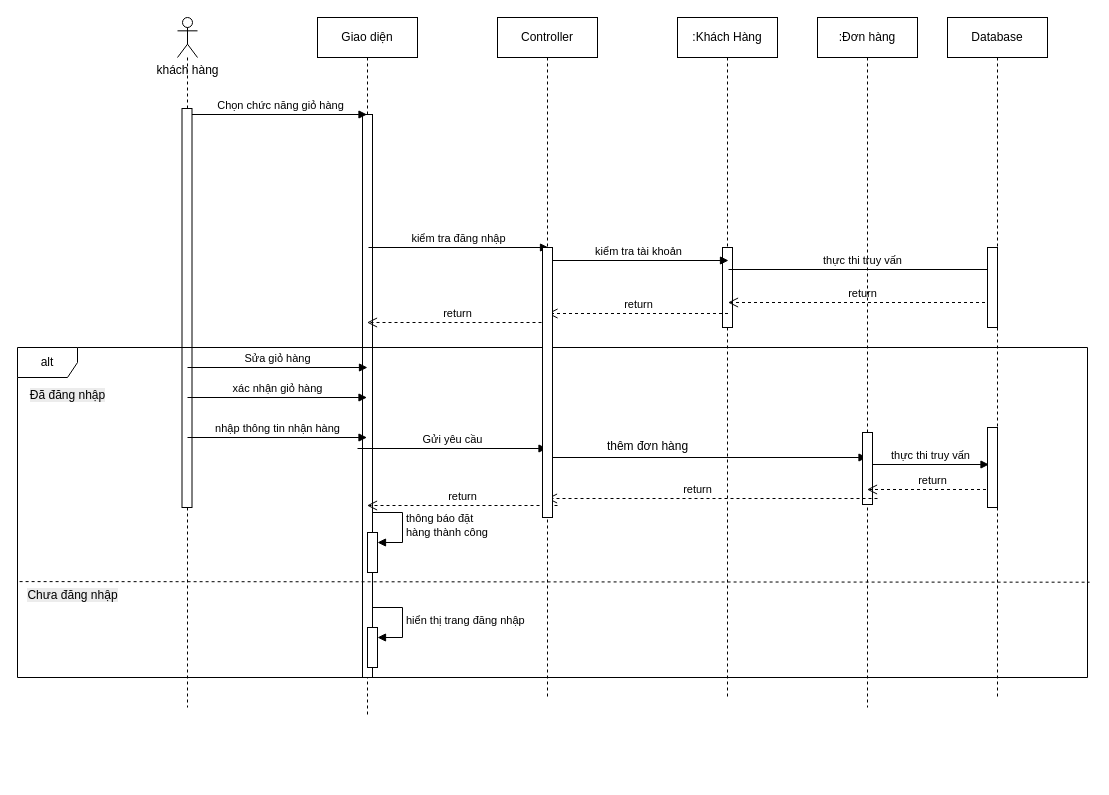
The draw.io diagram User/Sequence/dathang.drawio in dmn-05/PTTK-HTTT, before the edit. Source tidied: cells renumbered, new cells numbered last; positions are measured from the earlier drawing's top-left corner, leaving out a move shared by most shapes. Both pictures are drawn from the tidied source at 100%, with x=0, y=0 at pixel (17, 17).
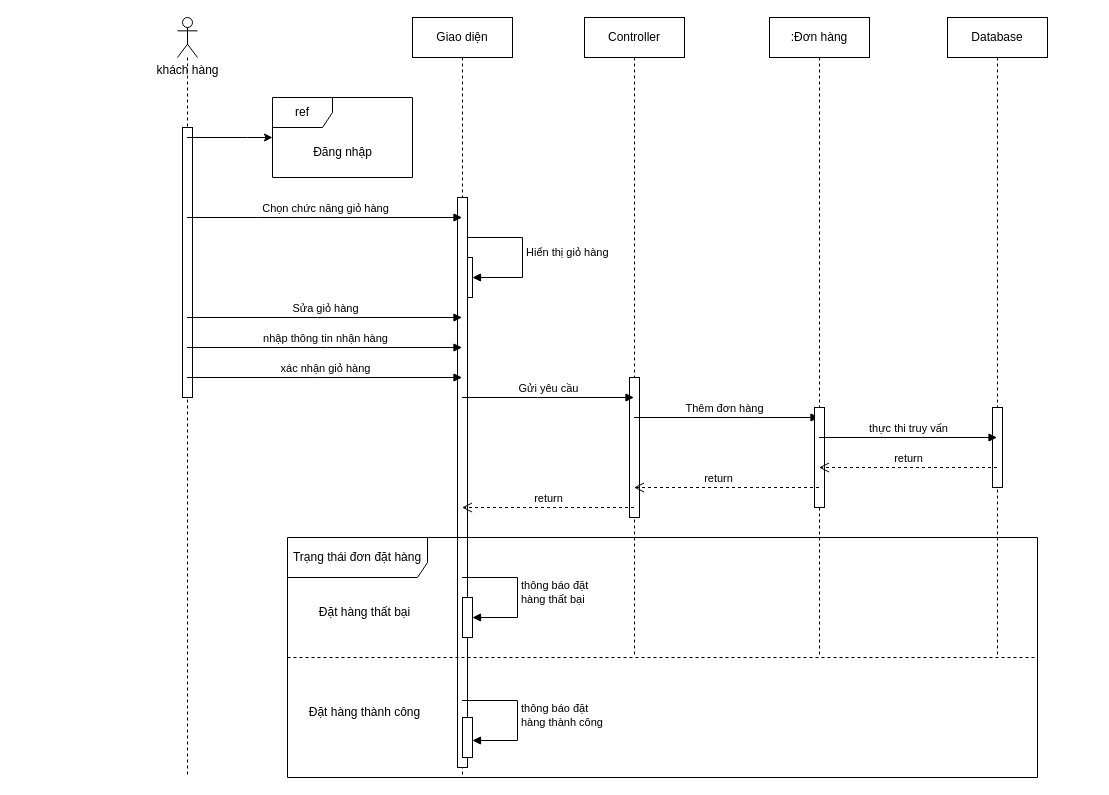
The same diagram, later.

What changed in the source:
```diff
@@
     <mxCell id="2" style="shape=umlLifeline;perimeter=lifelinePerimeter;whiteSpace=wrap;html=1;outlineConnect=0;portConstraint=eastwest;newEdgeStyle={&quot;curved&quot;:0,&quot;rounded&quot;:0};participant=umlActor;" parent="1" vertex="1">
-      <mxGeometry x="160" width="20" height="690" as="geometry" />
+      <mxGeometry x="160" width="20" height="760" as="geometry" />
     </mxCell>
-    <mxCell id="3" style="html=1;points=[[0,0,0,0,5],[0,1,0,0,-5],[1,0,0,0,5],[1,1,0,0,-5]];perimeter=orthogonalPerimeter;outlineConnect=0;targetShapes=umlLifeline;portConstraint=eastwest;newEdgeStyle={&quot;curved&quot;:0,&quot;rounded&quot;:0};" parent="2" vertex="1">
-      <mxGeometry x="4.5" y="91" width="10" height="399" as="geometry" />
-    </mxCell>
+    <mxCell id="42" style="html=1;perimeter=orthogonalPerimeter;targetShapes=umlLifeline;newEdgeStyle={&quot;curved&quot;:0,&quot;rounded&quot;:0};" parent="2" vertex="1">
+      <mxGeometry x="5" y="110" width="10" height="270" as="geometry" />
+    </mxCell>
     <mxCell id="4" value="Giao diện" style="shape=umlLifeline;perimeter=lifelinePerimeter;whiteSpace=wrap;html=1;outlineConnect=0;portConstraint=eastwest;newEdgeStyle={&quot;curved&quot;:0,&quot;rounded&quot;:0};" parent="1" vertex="1">
-      <mxGeometry x="300" width="100" height="700" as="geometry" />
+      <mxGeometry x="395" width="100" height="760" as="geometry" />
     </mxCell>
-    <mxCell id="5" style="html=1;perimeter=orthogonalPerimeter;targetShapes=umlLifeline;newEdgeStyle={&quot;curved&quot;:0,&quot;rounded&quot;:0};" parent="4" vertex="1">
-      <mxGeometry x="45" y="97" width="10" height="563" as="geometry" />
-    </mxCell>
-    <mxCell id="6" value=":Khách Hàng" style="shape=umlLifeline;perimeter=lifelinePerimeter;whiteSpace=wrap;html=1;newEdgeStyle={&quot;curved&quot;:0,&quot;rounded&quot;:0};" parent="1" vertex="1">
-      <mxGeometry x="660" width="100" height="680" as="geometry" />
-    </mxCell>
-    <mxCell id="7" style="html=1;perimeter=orthogonalPerimeter;targetShapes=umlLifeline;newEdgeStyle={&quot;curved&quot;:0,&quot;rounded&quot;:0};" parent="6" vertex="1">
-      <mxGeometry x="45" y="230" width="10" height="80" as="geometry" />
-    </mxCell>
+    <mxCell id="43" style="html=1;points=[[0,0,0,0,5],[0,1,0,0,-5],[1,0,0,0,5],[1,1,0,0,-5]];perimeter=orthogonalPerimeter;outlineConnect=0;targetShapes=umlLifeline;portConstraint=eastwest;newEdgeStyle={&quot;curved&quot;:0,&quot;rounded&quot;:0};" parent="4" vertex="1">
+      <mxGeometry x="50" y="240" width="10" height="40" as="geometry" />
+    </mxCell>
+    <mxCell id="44" value="Hiển thị giỏ hàng" style="html=1;align=left;spacingLeft=2;endArrow=block;rounded=0;edgeStyle=orthogonalEdgeStyle;curved=0;rounded=0;" parent="4" edge="1" source="4" target="43">
+      <mxGeometry relative="1" as="geometry">
+        <Array as="points">
+          <mxPoint x="110" y="220" />
+          <mxPoint x="110" y="260" />
+        </Array>
+      </mxGeometry>
+    </mxCell>
+    <mxCell id="45" style="html=1;perimeter=orthogonalPerimeter;targetShapes=umlLifeline;newEdgeStyle={&quot;curved&quot;:0,&quot;rounded&quot;:0};" parent="4" vertex="1">
+      <mxGeometry x="45" y="180" width="10" height="570" as="geometry" />
+    </mxCell>
@@
     <mxCell id="9" value="Database" style="shape=umlLifeline;perimeter=lifelinePerimeter;whiteSpace=wrap;html=1;outlineConnect=0;portConstraint=eastwest;newEdgeStyle={&quot;curved&quot;:0,&quot;rounded&quot;:0};" parent="1" vertex="1">
-      <mxGeometry x="930" width="100" height="680" as="geometry" />
+      <mxGeometry x="930" width="100" height="640" as="geometry" />
     </mxCell>
+    <mxCell id="46" style="html=1;perimeter=orthogonalPerimeter;targetShapes=umlLifeline;newEdgeStyle={&quot;curved&quot;:0,&quot;rounded&quot;:0};" parent="9" vertex="1">
+      <mxGeometry x="45" y="390" width="10" height="80" as="geometry" />
+    </mxCell>
     <mxCell id="10" value="Controller" style="shape=umlLifeline;perimeter=lifelinePerimeter;whiteSpace=wrap;html=1;outlineConnect=0;portConstraint=eastwest;newEdgeStyle={&quot;curved&quot;:0,&quot;rounded&quot;:0};" parent="1" vertex="1">
-      <mxGeometry x="480" width="100" height="680" as="geometry" />
+      <mxGeometry x="567" width="100" height="640" as="geometry" />
     </mxCell>
+    <mxCell id="47" style="html=1;perimeter=orthogonalPerimeter;targetShapes=umlLifeline;newEdgeStyle={&quot;curved&quot;:0,&quot;rounded&quot;:0};" parent="10" vertex="1">
+      <mxGeometry x="45" y="360" width="10" height="140" as="geometry" />
+    </mxCell>
-    <mxCell id="11" value="Chọn chức năng giỏ hàng" style="html=1;verticalAlign=bottom;endArrow=block;curved=0;rounded=0;" parent="1" edge="1" source="3">
+    <mxCell id="11" value="Chọn chức năng giỏ hàng" style="html=1;verticalAlign=bottom;endArrow=block;curved=0;rounded=0;" parent="1" edge="1" source="2" target="4">
       <mxGeometry relative="1" as="geometry">
-        <mxPoint x="349.5" y="97" as="targetPoint" />
+        <Array as="points">
+          <mxPoint x="240" y="200" />
+        </Array>
       </mxGeometry>
     </mxCell>
-    <mxCell id="12" value="kiểm tra đăng nhập" style="html=1;verticalAlign=bottom;endArrow=block;curved=0;rounded=0;" parent="1" edge="1">
-      <mxGeometry relative="1" as="geometry">
-        <mxPoint x="351" y="230" as="sourcePoint" />
-        <mxPoint x="531" y="230" as="targetPoint" />
-      </mxGeometry>
-    </mxCell>
-    <mxCell id="13" value="kiểm tra tài khoản" style="html=1;verticalAlign=bottom;endArrow=block;curved=0;rounded=0;" parent="1" edge="1">
-      <mxGeometry relative="1" as="geometry">
-        <mxPoint x="531" y="243" as="sourcePoint" />
-        <mxPoint x="711" y="243" as="targetPoint" />
-      </mxGeometry>
-    </mxCell>
-    <mxCell id="14" value="thực thi truy vấn" style="html=1;verticalAlign=bottom;endArrow=block;curved=0;rounded=0;" parent="1" edge="1">
-      <mxGeometry relative="1" as="geometry">
-        <mxPoint x="711" y="252" as="sourcePoint" />
-        <mxPoint x="979.5" y="252" as="targetPoint" />
-      </mxGeometry>
-    </mxCell>
-    <mxCell id="15" value="return" style="html=1;verticalAlign=bottom;endArrow=open;dashed=1;endSize=8;curved=0;rounded=0;" parent="1" edge="1">
-      <mxGeometry relative="1" as="geometry">
-        <mxPoint x="979.5" y="285" as="sourcePoint" />
-        <mxPoint x="710.5" y="285" as="targetPoint" />
-      </mxGeometry>
-    </mxCell>
-    <mxCell id="16" value="alt" style="shape=umlFrame;whiteSpace=wrap;html=1;" parent="1" vertex="1">
-      <mxGeometry y="330" width="1070" height="330" as="geometry" />
-    </mxCell>
-    <mxCell id="17" value="&lt;br&gt;&lt;span style=&quot;color: rgb(0, 0, 0); background-color: rgb(236, 236, 236); float: none; display: inline !important;&quot;&gt;Đã đăng nhập&lt;/span&gt;" style="text;html=1;align=center;verticalAlign=middle;strokeColor=none;fillColor=none;" parent="1" vertex="1">
-      <mxGeometry y="350" width="100" height="40" as="geometry" />
-    </mxCell>
-    <mxCell id="18" value="return" style="html=1;verticalAlign=bottom;endArrow=open;dashed=1;endSize=8;curved=0;rounded=0;" parent="1" edge="1">
-      <mxGeometry relative="1" as="geometry">
-        <mxPoint x="710.5" y="296" as="sourcePoint" />
-        <mxPoint x="530" y="296" as="targetPoint" />
-      </mxGeometry>
-    </mxCell>
-    <mxCell id="19" value="return" style="html=1;verticalAlign=bottom;endArrow=open;dashed=1;endSize=8;curved=0;rounded=0;" parent="1" edge="1">
-      <mxGeometry relative="1" as="geometry">
-        <mxPoint x="530" y="305" as="sourcePoint" />
-        <mxPoint x="349.5" y="305" as="targetPoint" />
-      </mxGeometry>
-    </mxCell>
-    <mxCell id="20" value="xác nhận giỏ hàng" style="html=1;verticalAlign=bottom;endArrow=block;curved=0;rounded=0;" parent="1" edge="1" target="4">
+    <mxCell id="20" value="xác nhận giỏ hàng" style="html=1;verticalAlign=bottom;endArrow=block;curved=0;rounded=0;" parent="1" edge="1" source="2" target="4">
       <mxGeometry relative="1" as="geometry">
-        <mxPoint x="170" y="380" as="sourcePoint" />
+        <Array as="points">
+          <mxPoint x="300" y="360" />
+        </Array>
       </mxGeometry>
     </mxCell>
-    <mxCell id="21" value="nhập thông tin nhận hàng" style="html=1;verticalAlign=bottom;endArrow=block;curved=0;rounded=0;" parent="1" edge="1" target="4">
+    <mxCell id="21" value="nhập thông tin nhận hàng" style="html=1;verticalAlign=bottom;endArrow=block;curved=0;rounded=0;" parent="1" edge="1" source="2" target="4">
       <mxGeometry relative="1" as="geometry">
-        <mxPoint x="170" y="420" as="sourcePoint" />
+        <Array as="points">
+          <mxPoint x="310" y="330" />
+        </Array>
       </mxGeometry>
     </mxCell>
-    <mxCell id="22" value="Gửi yêu cầu" style="html=1;verticalAlign=bottom;endArrow=block;curved=0;rounded=0;" parent="1" edge="1">
+    <mxCell id="22" value="Gửi yêu cầu" style="html=1;verticalAlign=bottom;endArrow=block;curved=0;rounded=0;" parent="1" edge="1" source="4" target="10">
       <mxGeometry relative="1" as="geometry">
-        <mxPoint x="340" y="431" as="sourcePoint" />
-        <mxPoint x="529.5" y="431" as="targetPoint" />
+        <Array as="points">
+          <mxPoint x="520" y="380" />
+        </Array>
       </mxGeometry>
     </mxCell>
-    <mxCell id="23" style="html=1;verticalAlign=bottom;endArrow=block;curved=0;rounded=0;" parent="1" edge="1">
-      <mxGeometry x="-0.44" y="10" relative="1" as="geometry">
-        <mxPoint x="530" y="440" as="sourcePoint" />
-        <mxPoint x="849.5" y="440" as="targetPoint" />
+    <mxCell id="23" value="Thêm đơn hàng" style="html=1;verticalAlign=bottom;endArrow=block;curved=0;rounded=0;" parent="1" edge="1" source="10" target="24">
+      <mxGeometry x="-0.03" relative="1" as="geometry">
+        <Array as="points">
+          <mxPoint x="740" y="400" />
+        </Array>
       </mxGeometry>
     </mxCell>
     <mxCell id="24" value=":Đơn hàng" style="shape=umlLifeline;perimeter=lifelinePerimeter;whiteSpace=wrap;html=1;outlineConnect=0;portConstraint=eastwest;newEdgeStyle={&quot;curved&quot;:0,&quot;rounded&quot;:0};" parent="1" vertex="1">
-      <mxGeometry x="800" width="100" height="690" as="geometry" />
+      <mxGeometry x="752" width="100" height="640" as="geometry" />
     </mxCell>
-    <mxCell id="25" style="html=1;perimeter=orthogonalPerimeter;targetShapes=umlLifeline;newEdgeStyle={&quot;curved&quot;:0,&quot;rounded&quot;:0};" parent="24" vertex="1">
-      <mxGeometry x="45" y="415" width="10" height="72" as="geometry" />
-    </mxCell>
+    <mxCell id="48" style="html=1;perimeter=orthogonalPerimeter;targetShapes=umlLifeline;newEdgeStyle={&quot;curved&quot;:0,&quot;rounded&quot;:0};" parent="24" vertex="1">
+      <mxGeometry x="45" y="390" width="10" height="100" as="geometry" />
+    </mxCell>
-    <mxCell id="26" value="thực thi truy vấn" style="html=1;verticalAlign=bottom;endArrow=block;curved=0;rounded=0;" parent="1" edge="1">
+    <mxCell id="26" value="thực thi truy vấn" style="html=1;verticalAlign=bottom;endArrow=block;curved=0;rounded=0;" parent="1" edge="1" source="24" target="9">
       <mxGeometry relative="1" as="geometry">
-        <mxPoint x="855" y="447" as="sourcePoint" />
-        <mxPoint x="971.5" y="447" as="targetPoint" />
+        <Array as="points">
+          <mxPoint x="920" y="420" />
+        </Array>
       </mxGeometry>
     </mxCell>
-    <mxCell id="27" value="return" style="html=1;verticalAlign=bottom;endArrow=open;dashed=1;endSize=8;curved=0;rounded=0;" parent="1" edge="1">
+    <mxCell id="27" value="return" style="html=1;verticalAlign=bottom;endArrow=open;dashed=1;endSize=8;curved=0;rounded=0;" parent="1" edge="1" source="9" target="24">
       <mxGeometry relative="1" as="geometry">
-        <mxPoint x="980.5" y="472" as="sourcePoint" />
-        <mxPoint x="849.5" y="472" as="targetPoint" />
+        <Array as="points">
+          <mxPoint x="930.5" y="450" />
+        </Array>
       </mxGeometry>
     </mxCell>
-    <mxCell id="28" value="return" style="html=1;verticalAlign=bottom;endArrow=open;dashed=1;endSize=8;curved=0;rounded=0;" parent="1" edge="1">
+    <mxCell id="28" value="return" style="html=1;verticalAlign=bottom;endArrow=open;dashed=1;endSize=8;curved=0;rounded=0;" parent="1" edge="1" source="24" target="10">
       <mxGeometry x="0.09" relative="1" as="geometry">
-        <mxPoint x="860" y="481" as="sourcePoint" />
-        <mxPoint x="529.5" y="481" as="targetPoint" />
+        <Array as="points">
+          <mxPoint x="740" y="470" />
+        </Array>
       </mxGeometry>
     </mxCell>
-    <mxCell id="29" value="thêm đơn hàng" style="text;html=1;align=center;verticalAlign=middle;strokeColor=none;fillColor=none;" parent="1" vertex="1">
-      <mxGeometry x="580" y="414" width="100" height="30" as="geometry" />
-    </mxCell>
-    <mxCell id="30" value="return" style="html=1;verticalAlign=bottom;endArrow=open;dashed=1;endSize=8;curved=0;rounded=0;" parent="1" edge="1">
+    <mxCell id="30" value="return" style="html=1;verticalAlign=bottom;endArrow=open;dashed=1;endSize=8;curved=0;rounded=0;" parent="1" edge="1" source="10" target="4">
       <mxGeometry relative="1" as="geometry">
-        <mxPoint x="540" y="488" as="sourcePoint" />
-        <mxPoint x="349.5" y="488" as="targetPoint" />
+        <Array as="points">
+          <mxPoint x="540" y="490" />
+        </Array>
       </mxGeometry>
     </mxCell>
-    <mxCell id="31" value="Sửa giỏ hàng" style="html=1;verticalAlign=bottom;endArrow=block;curved=0;rounded=0;" parent="1" edge="1">
+    <mxCell id="31" value="Sửa giỏ hàng" style="html=1;verticalAlign=bottom;endArrow=block;curved=0;rounded=0;" parent="1" edge="1" source="2" target="4">
       <mxGeometry relative="1" as="geometry">
-        <mxPoint x="170" y="350" as="sourcePoint" />
-        <mxPoint x="350" y="350" as="targetPoint" />
+        <Array as="points">
+          <mxPoint x="300" y="300" />
+        </Array>
       </mxGeometry>
     </mxCell>
-    <mxCell id="32" style="endArrow=none;dashed=1;html=1;rounded=0;exitX=0.002;exitY=0.779;exitDx=0;exitDy=0;exitPerimeter=0;entryX=1.002;entryY=0.781;entryDx=0;entryDy=0;entryPerimeter=0;" parent="1" edge="1">
-      <mxGeometry relative="1" as="geometry">
-        <mxPoint x="2.1" y="564.1" as="sourcePoint" />
-        <mxPoint x="1072.1" y="564.7" as="targetPoint" />
-      </mxGeometry>
-    </mxCell>
-    <mxCell id="33" value="&lt;br&gt;&lt;span style=&quot;color: rgb(0, 0, 0); background-color: rgb(236, 236, 236); float: none; display: inline !important;&quot;&gt;Chưa đăng nhập&lt;/span&gt;" style="text;html=1;align=center;verticalAlign=middle;strokeColor=none;fillColor=none;" parent="1" vertex="1">
-      <mxGeometry y="550" width="110" height="40" as="geometry" />
-    </mxCell>
-    <mxCell id="34" style="html=1;perimeter=orthogonalPerimeter;targetShapes=umlLifeline;newEdgeStyle={&quot;curved&quot;:0,&quot;rounded&quot;:0};" parent="1" vertex="1">
-      <mxGeometry x="525" y="230" width="10" height="270" as="geometry" />
-    </mxCell>
-    <mxCell id="35" style="html=1;perimeter=orthogonalPerimeter;targetShapes=umlLifeline;newEdgeStyle={&quot;curved&quot;:0,&quot;rounded&quot;:0};" parent="1" vertex="1">
-      <mxGeometry x="970" y="410" width="10" height="80" as="geometry" />
-    </mxCell>
-    <mxCell id="36" style="html=1;points=[[0,0,0,0,5],[0,1,0,0,-5],[1,0,0,0,5],[1,1,0,0,-5]];perimeter=orthogonalPerimeter;outlineConnect=0;targetShapes=umlLifeline;portConstraint=eastwest;newEdgeStyle={&quot;curved&quot;:0,&quot;rounded&quot;:0};" parent="1" vertex="1">
-      <mxGeometry x="350" y="610" width="10" height="40" as="geometry" />
-    </mxCell>
-    <mxCell id="37" value="hiển thị trang đăng nhập" style="html=1;align=left;spacingLeft=2;endArrow=block;rounded=0;edgeStyle=orthogonalEdgeStyle;curved=0;rounded=0;" parent="1" edge="1" target="36">
-      <mxGeometry relative="1" as="geometry">
-        <mxPoint x="355" y="590" as="sourcePoint" />
-        <Array as="points">
-          <mxPoint x="385" y="620" />
-        </Array>
-      </mxGeometry>
-    </mxCell>
-    <mxCell id="38" style="html=1;points=[[0,0,0,0,5],[0,1,0,0,-5],[1,0,0,0,5],[1,1,0,0,-5]];perimeter=orthogonalPerimeter;outlineConnect=0;targetShapes=umlLifeline;portConstraint=eastwest;newEdgeStyle={&quot;curved&quot;:0,&quot;rounded&quot;:0};" parent="1" vertex="1">
-      <mxGeometry x="350" y="515" width="10" height="40" as="geometry" />
-    </mxCell>
+    <mxCell id="40" style="html=1;perimeter=orthogonalPerimeter;targetShapes=umlLifeline;newEdgeStyle={&quot;curved&quot;:0,&quot;rounded&quot;:0};" parent="1" vertex="1">
+      <mxGeometry x="980" y="240" height="80" as="geometry" />
+    </mxCell>
+    <mxCell id="49" value="ref" style="shape=umlFrame;whiteSpace=wrap;html=1;" parent="1" vertex="1">
+      <mxGeometry x="255" y="80" width="140" height="80" as="geometry" />
+    </mxCell>
+    <mxCell id="50" value="Đăng nhập" style="text;html=1;align=center;verticalAlign=middle;strokeColor=none;fillColor=none;" parent="1" vertex="1">
+      <mxGeometry x="285" y="120" width="80" height="30" as="geometry" />
+    </mxCell>
+    <mxCell id="51" style="endArrow=classic;html=1;rounded=0;" parent="1" edge="1" source="2" target="49">
+      <mxGeometry relative="1" as="geometry">
+        <Array as="points">
+          <mxPoint x="230" y="120" />
+        </Array>
+      </mxGeometry>
+    </mxCell>
+    <mxCell id="52" value="Trạng thái đơn đặt hàng" style="shape=umlFrame;whiteSpace=wrap;html=1;width=140;height=40;" parent="1" vertex="1">
+      <mxGeometry x="270" y="520" width="750" height="240" as="geometry" />
+    </mxCell>
+    <mxCell id="53" style="endArrow=none;dashed=1;html=1;rounded=0;" parent="1" edge="1">
+      <mxGeometry relative="1" as="geometry">
+        <mxPoint x="270" y="640" as="sourcePoint" />
+        <mxPoint x="1020" y="640" as="targetPoint" />
+      </mxGeometry>
+    </mxCell>
+    <mxCell id="54" style="html=1;points=[[0,0,0,0,5],[0,1,0,0,-5],[1,0,0,0,5],[1,1,0,0,-5]];perimeter=orthogonalPerimeter;outlineConnect=0;targetShapes=umlLifeline;portConstraint=eastwest;newEdgeStyle={&quot;curved&quot;:0,&quot;rounded&quot;:0};" parent="1" vertex="1">
+      <mxGeometry x="445" y="580" width="10" height="40" as="geometry" />
+    </mxCell>
+    <mxCell id="55" value="thông báo đặt&lt;div&gt;hàng thất bại&lt;/div&gt;" style="html=1;align=left;spacingLeft=2;endArrow=block;rounded=0;edgeStyle=orthogonalEdgeStyle;curved=0;rounded=0;" parent="1" edge="1" source="4" target="54">
+      <mxGeometry relative="1" as="geometry">
+        <Array as="points">
+          <mxPoint x="500" y="560" />
+          <mxPoint x="500" y="600" />
+        </Array>
+      </mxGeometry>
+    </mxCell>
+    <mxCell id="56" value="Đặt hàng thành công" style="text;html=1;align=center;verticalAlign=middle;whiteSpace=wrap;rounded=0;" parent="1" vertex="1">
+      <mxGeometry x="285" y="680" width="125" height="30" as="geometry" />
+    </mxCell>
+    <mxCell id="57" value="Đặt hàng thất bại" style="text;html=1;align=center;verticalAlign=middle;whiteSpace=wrap;rounded=0;" parent="1" vertex="1">
+      <mxGeometry x="285" y="580" width="125" height="30" as="geometry" />
+    </mxCell>
+    <mxCell id="58" style="html=1;points=[[0,0,0,0,5],[0,1,0,0,-5],[1,0,0,0,5],[1,1,0,0,-5]];perimeter=orthogonalPerimeter;outlineConnect=0;targetShapes=umlLifeline;portConstraint=eastwest;newEdgeStyle={&quot;curved&quot;:0,&quot;rounded&quot;:0};" parent="1" vertex="1">
+      <mxGeometry x="445" y="700" width="10" height="40" as="geometry" />
+    </mxCell>
-    <mxCell id="39" value="thông báo đặt&lt;div&gt;hàng thành công&lt;/div&gt;" style="html=1;align=left;spacingLeft=2;endArrow=block;rounded=0;edgeStyle=orthogonalEdgeStyle;curved=0;rounded=0;" parent="1" edge="1" target="38">
+    <mxCell id="39" value="thông báo đặt&lt;div&gt;hàng thành công&lt;/div&gt;" style="html=1;align=left;spacingLeft=2;endArrow=block;rounded=0;edgeStyle=orthogonalEdgeStyle;curved=0;rounded=0;" parent="1" edge="1" source="4" target="58">
       <mxGeometry relative="1" as="geometry">
-        <mxPoint x="355" y="495" as="sourcePoint" />
         <Array as="points">
-          <mxPoint x="385" y="525" />
+          <mxPoint x="500" y="683" />
+          <mxPoint x="500" y="723" />
         </Array>
       </mxGeometry>
     </mxCell>
-    <mxCell id="40" style="html=1;perimeter=orthogonalPerimeter;targetShapes=umlLifeline;newEdgeStyle={&quot;curved&quot;:0,&quot;rounded&quot;:0};" parent="1" vertex="1">
-      <mxGeometry x="980" y="240" height="80" as="geometry" />
-    </mxCell>
-    <mxCell id="41" style="html=1;perimeter=orthogonalPerimeter;targetShapes=umlLifeline;newEdgeStyle={&quot;curved&quot;:0,&quot;rounded&quot;:0};" parent="1" vertex="1">
-      <mxGeometry x="970" y="230" width="10" height="80" as="geometry" />
-    </mxCell>
```
